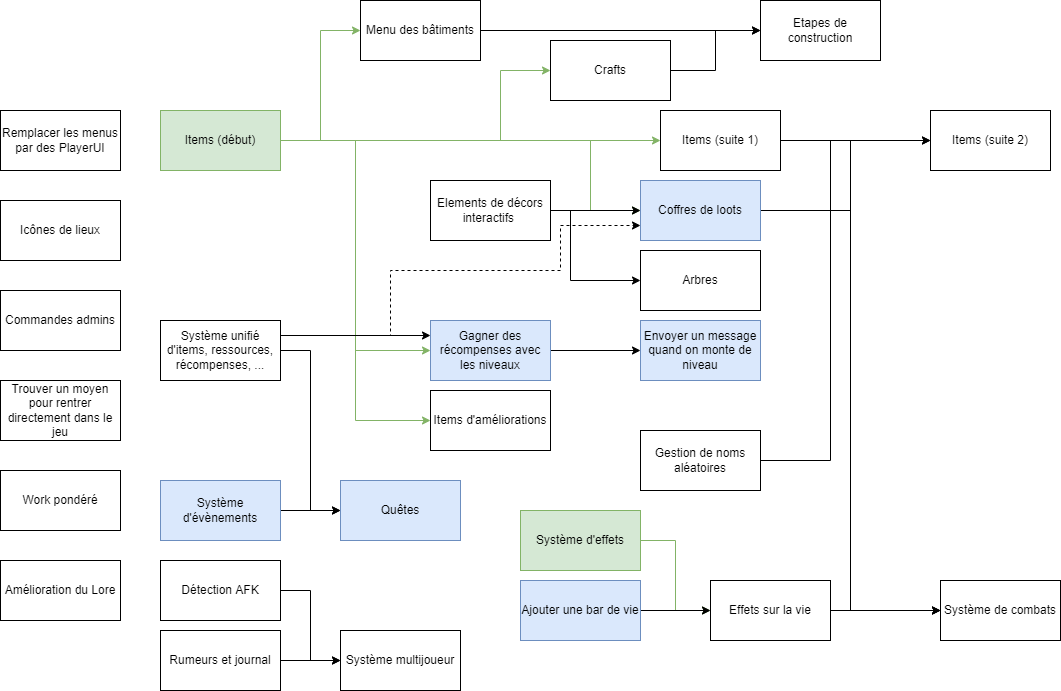
This is todo_graph.png from Alexiscomete/A-Discord-Adventure, a draw.io export, as it was before one commit. Source tidied: cells renumbered, new cells last; positions are measured from the earlier drawing's top-left corner, leaving out a move shared by most shapes.
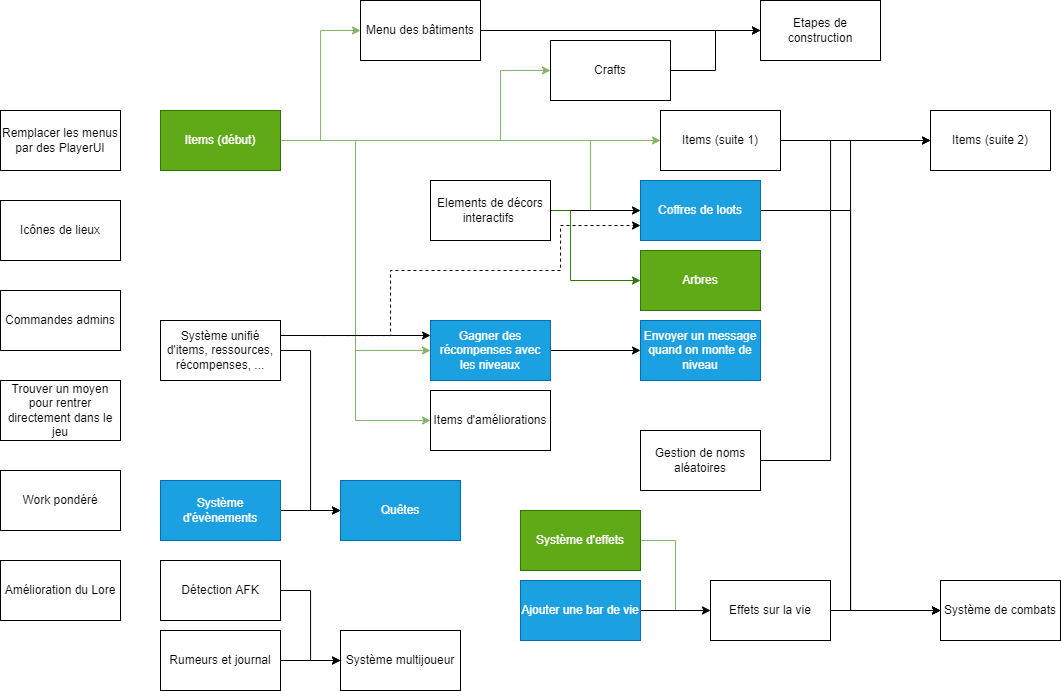
The same diagram one commit later.

Change to the diagram source:
```diff
@@ -36,7 +36,7 @@
     <mxCell id="9" style="edgeStyle=orthogonalEdgeStyle;rounded=0;jettySize=auto;html=1;exitX=1;exitY=0.5;exitDx=0;exitDy=0;entryX=0;entryY=0.5;entryDx=0;entryDy=0;fillColor=#d5e8d4;strokeColor=#82b366;" parent="1" edge="1" source="10" target="41">
       <mxGeometry relative="1" as="geometry" />
     </mxCell>
-    <mxCell id="10" value="Items (début)" style="whiteSpace=wrap;html=1;fillColor=#d5e8d4;strokeColor=#82b366;" parent="1" vertex="1">
+    <mxCell id="10" value="Items (début)" style="whiteSpace=wrap;html=1;fillColor=#60a917;strokeColor=#2D7600;fontColor=#ffffff;" parent="1" vertex="1">
       <mxGeometry x="160" y="110" width="120" height="60" as="geometry" />
     </mxCell>
     <mxCell id="11" value="Icônes de lieux" style="whiteSpace=wrap;html=1;" parent="1" vertex="1">
@@ -45,7 +45,7 @@
     <mxCell id="12" style="edgeStyle=orthogonalEdgeStyle;rounded=0;jettySize=auto;html=1;exitX=1;exitY=0.5;exitDx=0;exitDy=0;" parent="1" edge="1" source="14" target="16">
       <mxGeometry relative="1" as="geometry" />
     </mxCell>
-    <mxCell id="13" style="edgeStyle=orthogonalEdgeStyle;rounded=0;jettySize=auto;html=1;exitX=1;exitY=0.5;exitDx=0;exitDy=0;entryX=0;entryY=0.5;entryDx=0;entryDy=0;" parent="1" edge="1" source="14" target="47">
+    <mxCell id="13" style="edgeStyle=orthogonalEdgeStyle;rounded=0;jettySize=auto;html=1;exitX=1;exitY=0.5;exitDx=0;exitDy=0;entryX=0;entryY=0.5;entryDx=0;entryDy=0;fillColor=#60a917;strokeColor=#2D7600;" parent="1" edge="1" source="14" target="47">
       <mxGeometry relative="1" as="geometry">
         <Array as="points">
           <mxPoint x="570" y="210" />
@@ -64,7 +64,7 @@
         </Array>
       </mxGeometry>
     </mxCell>
-    <mxCell id="16" value="Coffres de loots" style="whiteSpace=wrap;html=1;fillColor=#dae8fc;strokeColor=#6c8ebf;" parent="1" vertex="1">
+    <mxCell id="16" value="Coffres de loots" style="whiteSpace=wrap;html=1;fillColor=#1ba1e2;strokeColor=#006EAF;fontColor=#ffffff;" parent="1" vertex="1">
       <mxGeometry x="640" y="180" width="120" height="60" as="geometry" />
     </mxCell>
     <mxCell id="17" style="edgeStyle=orthogonalEdgeStyle;rounded=0;jettySize=auto;html=1;exitX=1;exitY=0.5;exitDx=0;exitDy=0;" parent="1" edge="1" source="19" target="29">
@@ -84,13 +84,13 @@
     <mxCell id="20" style="edgeStyle=orthogonalEdgeStyle;rounded=0;jettySize=auto;html=1;exitX=1;exitY=0.5;exitDx=0;exitDy=0;entryX=0;entryY=0.5;entryDx=0;entryDy=0;fillColor=#d5e8d4;strokeColor=#82b366;" parent="1" edge="1" source="21" target="34">
       <mxGeometry relative="1" as="geometry" />
     </mxCell>
-    <mxCell id="21" value="Système d'effets" style="whiteSpace=wrap;html=1;fillColor=#d5e8d4;strokeColor=#82b366;" parent="1" vertex="1">
+    <mxCell id="21" value="Système d'effets" style="whiteSpace=wrap;html=1;fillColor=#60a917;strokeColor=#2D7600;fontColor=#ffffff;" parent="1" vertex="1">
       <mxGeometry x="520" y="510" width="120" height="60" as="geometry" />
     </mxCell>
     <mxCell id="22" style="edgeStyle=orthogonalEdgeStyle;rounded=0;jettySize=auto;html=1;exitX=1;exitY=0.5;exitDx=0;exitDy=0;entryX=0;entryY=0.5;entryDx=0;entryDy=0;" parent="1" edge="1" source="23" target="50">
       <mxGeometry relative="1" as="geometry" />
     </mxCell>
-    <mxCell id="23" value="Système d'évènements" style="whiteSpace=wrap;html=1;fillColor=#dae8fc;strokeColor=#6c8ebf;" parent="1" vertex="1">
+    <mxCell id="23" value="Système d'évènements" style="whiteSpace=wrap;html=1;fillColor=#1ba1e2;strokeColor=#006EAF;fontColor=#ffffff;" parent="1" vertex="1">
       <mxGeometry x="160" y="480" width="120" height="60" as="geometry" />
     </mxCell>
     <mxCell id="24" style="edgeStyle=orthogonalEdgeStyle;rounded=0;jettySize=auto;html=1;exitX=1;exitY=0.5;exitDx=0;exitDy=0;entryX=0;entryY=0.5;entryDx=0;entryDy=0;" parent="1" edge="1" source="25" target="26">
@@ -122,7 +122,7 @@
     <mxCell id="31" style="edgeStyle=orthogonalEdgeStyle;rounded=0;jettySize=auto;html=1;exitX=1;exitY=0.5;exitDx=0;exitDy=0;entryX=0;entryY=0.5;entryDx=0;entryDy=0;" parent="1" edge="1" source="32" target="34">
       <mxGeometry relative="1" as="geometry" />
     </mxCell>
-    <mxCell id="32" value="Ajouter une bar de vie" style="whiteSpace=wrap;html=1;fillColor=#dae8fc;strokeColor=#6c8ebf;" parent="1" vertex="1">
+    <mxCell id="32" value="Ajouter une bar de vie" style="whiteSpace=wrap;html=1;fillColor=#1ba1e2;strokeColor=#006EAF;fontColor=#ffffff;" parent="1" vertex="1">
       <mxGeometry x="520" y="580" width="120" height="60" as="geometry" />
     </mxCell>
     <mxCell id="33" style="edgeStyle=orthogonalEdgeStyle;rounded=0;jettySize=auto;html=1;exitX=1;exitY=0.5;exitDx=0;exitDy=0;entryX=0;entryY=0.5;entryDx=0;entryDy=0;" parent="1" edge="1" source="34" target="40">
@@ -134,10 +134,10 @@
     <mxCell id="35" style="edgeStyle=orthogonalEdgeStyle;rounded=0;jettySize=auto;html=1;exitX=1;exitY=0.5;exitDx=0;exitDy=0;entryX=0;entryY=0.5;entryDx=0;entryDy=0;" parent="1" edge="1" source="36" target="37">
       <mxGeometry relative="1" as="geometry" />
     </mxCell>
-    <mxCell id="36" value="Gagner des récompenses avec les niveaux" style="whiteSpace=wrap;html=1;fillColor=#dae8fc;strokeColor=#6c8ebf;" parent="1" vertex="1">
+    <mxCell id="36" value="Gagner des récompenses avec les niveaux" style="whiteSpace=wrap;html=1;fillColor=#1ba1e2;strokeColor=#006EAF;fontColor=#ffffff;" parent="1" vertex="1">
       <mxGeometry x="430" y="320" width="120" height="60" as="geometry" />
     </mxCell>
-    <mxCell id="37" value="Envoyer un message quand on monte de niveau" style="whiteSpace=wrap;html=1;fillColor=#dae8fc;strokeColor=#6c8ebf;" parent="1" vertex="1">
+    <mxCell id="37" value="Envoyer un message quand on monte de niveau" style="whiteSpace=wrap;html=1;fillColor=#1ba1e2;strokeColor=#006EAF;fontColor=#ffffff;" parent="1" vertex="1">
       <mxGeometry x="640" y="320" width="120" height="60" as="geometry" />
     </mxCell>
     <mxCell id="38" value="Commandes admins" style="whiteSpace=wrap;html=1;" parent="1" vertex="1">
@@ -167,7 +167,7 @@
     <mxCell id="46" value="Système multijoueur" style="whiteSpace=wrap;html=1;" parent="1" vertex="1">
       <mxGeometry x="340" y="630" width="120" height="60" as="geometry" />
     </mxCell>
-    <mxCell id="47" value="Arbres" style="whiteSpace=wrap;html=1;" parent="1" vertex="1">
+    <mxCell id="47" value="Arbres" style="whiteSpace=wrap;html=1;fillColor=#60a917;fontColor=#ffffff;strokeColor=#2D7600;" parent="1" vertex="1">
       <mxGeometry x="640" y="250" width="120" height="60" as="geometry" />
     </mxCell>
     <mxCell id="48" value="Work pondéré" style="whiteSpace=wrap;html=1;" parent="1" vertex="1">
@@ -176,7 +176,7 @@
     <mxCell id="49" value="Amélioration du Lore" style="whiteSpace=wrap;html=1;" parent="1" vertex="1">
       <mxGeometry y="560" width="120" height="60" as="geometry" />
     </mxCell>
-    <mxCell id="50" value="Quêtes" style="whiteSpace=wrap;html=1;fillColor=#dae8fc;strokeColor=#6c8ebf;" parent="1" vertex="1">
+    <mxCell id="50" value="Quêtes" style="whiteSpace=wrap;html=1;fillColor=#1ba1e2;strokeColor=#006EAF;fontColor=#ffffff;" parent="1" vertex="1">
       <mxGeometry x="340" y="480" width="120" height="60" as="geometry" />
     </mxCell>
     <mxCell id="51" style="edgeStyle=orthogonalEdgeStyle;rounded=0;jettySize=auto;html=1;exitX=1;exitY=0.25;exitDx=0;exitDy=0;entryX=0;entryY=0.25;entryDx=0;entryDy=0;" parent="1" edge="1" source="54" target="36">
```
